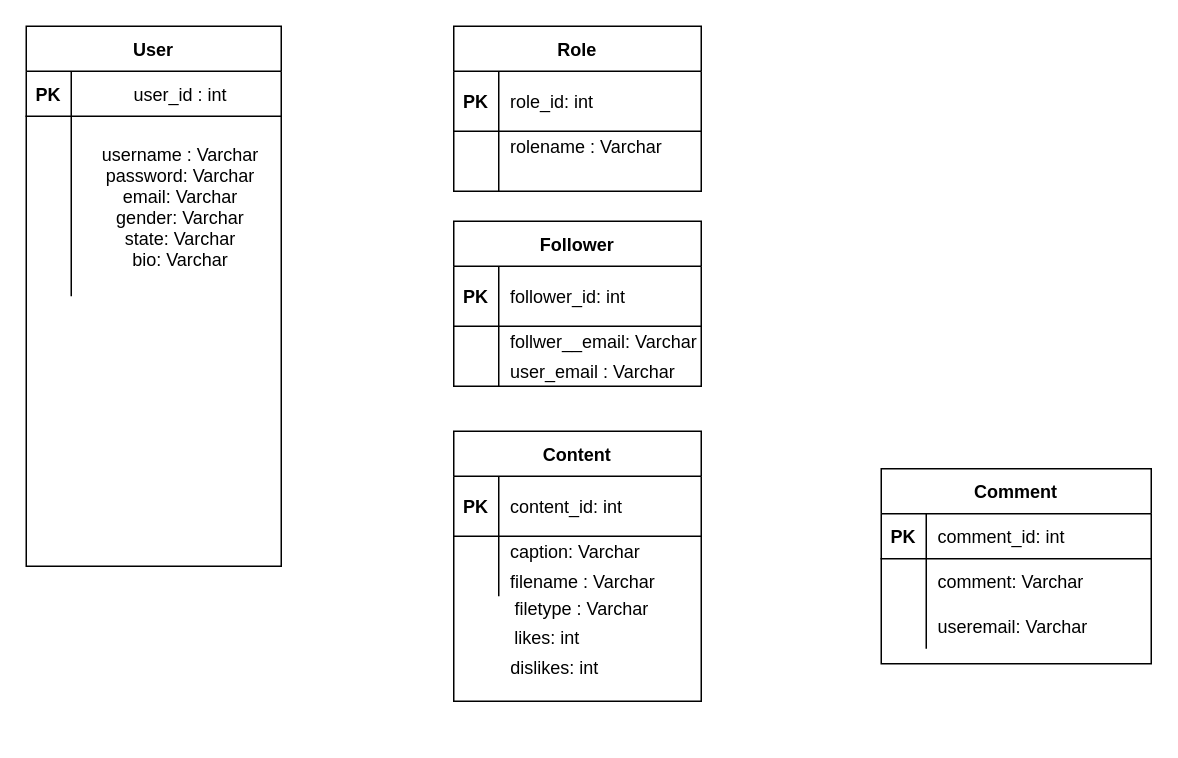
The draw.io diagram page "Page-1" (1 of 2) of pixogram/Untitled Diagram.drawio in PreronaB/Pixogram-Social-Media-App, before the edit. Source tidied: cells renumbered, new cells numbered last; positions are measured from the earlier drawing's top-left corner, leaving out a move shared by most shapes. Both pictures are drawn from the tidied source at 150%, with x=0, y=0 at pixel (26, 26).
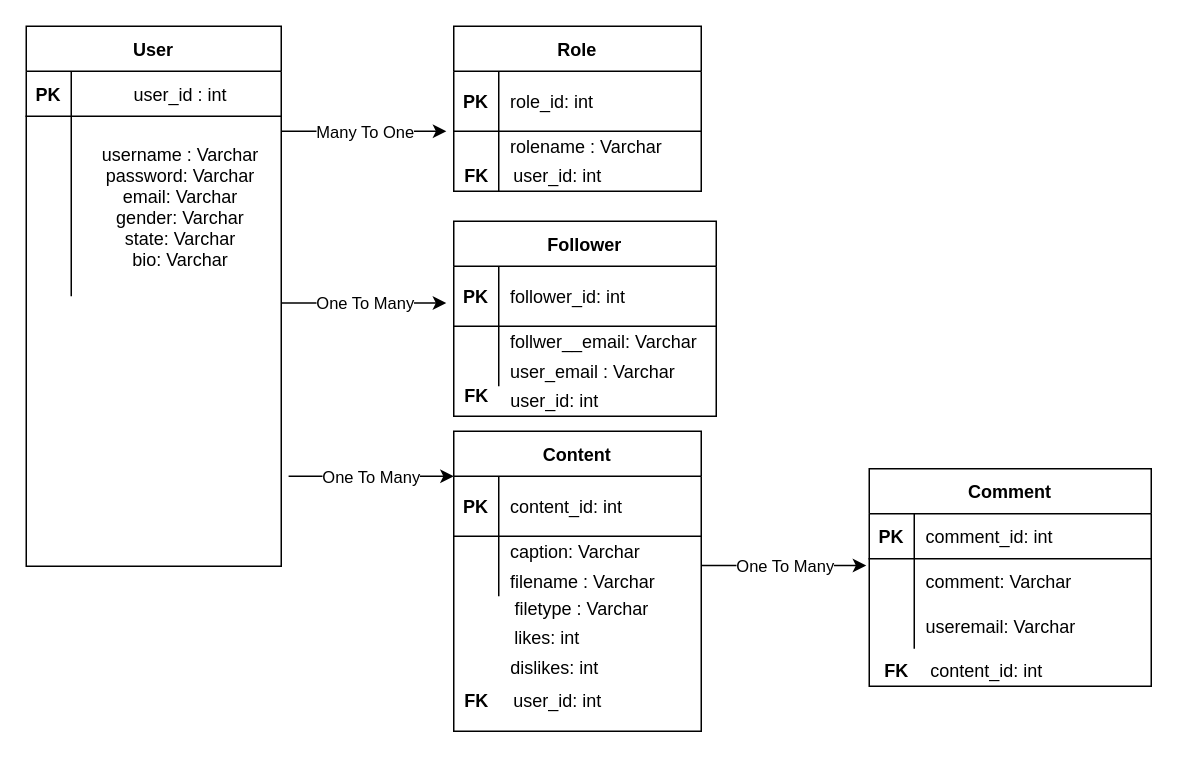
The same page after the edit.

Unchanged cells that the change refers to:
```xml
<mxCell id="6" style="shape=partialRectangle;fillColor=none;points=[[0,0.5],[1,0.5]];portConstraint=eastwest;top=0;left=0;right=0;bottom=0;" parent="2" vertex="1">
  <mxGeometry y="70" width="165" height="20" as="geometry" />
</mxCell>
```

What changed in the source:
```diff
@@
     <mxCell id="19" value="Follower" style="shape=table;startSize=30;childLayout=tableLayout;rowLines=0;fontStyle=1;align=center;" parent="1" vertex="1">
-      <mxGeometry x="285" y="130" width="165" height="110" as="geometry" />
+      <mxGeometry x="285" y="130" width="175" height="130" as="geometry" />
     </mxCell>
     <mxCell id="20" style="shape=partialRectangle;fillColor=none;top=0;left=0;right=0;bottom=1;" parent="19" vertex="1">
-      <mxGeometry y="30" width="165" height="40" as="geometry" />
+      <mxGeometry y="30" width="175" height="40" as="geometry" />
     </mxCell>
@@
     <mxCell id="22" value="follower_id: int" style="shape=partialRectangle;overflow=hidden;fillColor=none;top=0;left=0;bottom=0;right=0;align=left;spacingLeft=6;fontStyle=0;" parent="20" vertex="1">
-      <mxGeometry x="30" width="135" height="40" as="geometry" />
+      <mxGeometry x="30" width="145" height="40" as="geometry" />
     </mxCell>
     <mxCell id="23" style="shape=partialRectangle;fillColor=none;top=0;left=0;right=0;bottom=0;" parent="19" vertex="1">
-      <mxGeometry y="70" width="165" height="20" as="geometry" />
+      <mxGeometry y="70" width="175" height="20" as="geometry" />
     </mxCell>
@@
     <mxCell id="25" value="follwer__email: Varchar" style="shape=partialRectangle;overflow=hidden;fillColor=none;top=0;left=0;bottom=0;right=0;align=left;spacingLeft=6;" parent="23" vertex="1">
-      <mxGeometry x="30" width="135" height="20" as="geometry" />
+      <mxGeometry x="30" width="145" height="20" as="geometry" />
     </mxCell>
     <mxCell id="26" style="shape=partialRectangle;fillColor=none;top=0;left=0;right=0;bottom=0;" parent="19" vertex="1">
-      <mxGeometry y="90" width="165" height="20" as="geometry" />
+      <mxGeometry y="90" width="175" height="20" as="geometry" />
     </mxCell>
@@
     <mxCell id="28" value="user_email : Varchar" style="shape=partialRectangle;overflow=hidden;fillColor=none;top=0;left=0;bottom=0;right=0;align=left;spacingLeft=6;" parent="26" vertex="1">
-      <mxGeometry x="30" width="135" height="20" as="geometry" />
+      <mxGeometry x="30" width="145" height="20" as="geometry" />
     </mxCell>
     <mxCell id="29" value="Content" style="shape=table;startSize=30;childLayout=tableLayout;rowLines=0;fontStyle=1;align=center;" parent="1" vertex="1">
-      <mxGeometry x="285" y="270" width="165" height="180" as="geometry" />
+      <mxGeometry x="285" y="270" width="165" height="200" as="geometry" />
     </mxCell>
@@
     <mxCell id="39" value="Comment" style="shape=table;startSize=30;childLayout=tableLayout;rowLines=0;fontStyle=1;align=center;" parent="1" vertex="1">
-      <mxGeometry x="570" y="295" width="180" height="130" as="geometry" />
+      <mxGeometry x="562" y="295" width="188" height="145" as="geometry" />
     </mxCell>
     <mxCell id="40" style="shape=partialRectangle;fillColor=none;top=0;left=0;bottom=1;right=0;" parent="39" vertex="1">
-      <mxGeometry y="30" width="180" height="30" as="geometry" />
+      <mxGeometry y="30" width="188" height="30" as="geometry" />
     </mxCell>
@@
     <mxCell id="42" value="comment_id: int" style="shape=partialRectangle;fillColor=none;top=0;left=0;bottom=0;right=0;align=left;spacingLeft=6;fontStyle=0;overflow=hidden;" parent="40" vertex="1">
-      <mxGeometry x="30" width="150" height="30" as="geometry" />
+      <mxGeometry x="30" width="158" height="30" as="geometry" />
     </mxCell>
     <mxCell id="43" style="shape=partialRectangle;fillColor=none;top=0;left=0;bottom=0;right=0;" parent="39" vertex="1">
-      <mxGeometry y="60" width="180" height="30" as="geometry" />
+      <mxGeometry y="60" width="188" height="30" as="geometry" />
     </mxCell>
@@
     <mxCell id="45" value="comment: Varchar" style="shape=partialRectangle;fillColor=none;top=0;left=0;bottom=0;right=0;align=left;spacingLeft=6;overflow=hidden;" parent="43" vertex="1">
-      <mxGeometry x="30" width="150" height="30" as="geometry" />
+      <mxGeometry x="30" width="158" height="30" as="geometry" />
     </mxCell>
     <mxCell id="46" style="shape=partialRectangle;fillColor=none;top=0;left=0;bottom=0;right=0;" parent="39" vertex="1">
-      <mxGeometry y="90" width="180" height="30" as="geometry" />
+      <mxGeometry y="90" width="188" height="30" as="geometry" />
     </mxCell>
@@
     <mxCell id="48" value="useremail: Varchar" style="shape=partialRectangle;fillColor=none;top=0;left=0;bottom=0;right=0;align=left;spacingLeft=6;overflow=hidden;" parent="46" vertex="1">
-      <mxGeometry x="30" width="150" height="30" as="geometry" />
+      <mxGeometry x="30" width="158" height="30" as="geometry" />
     </mxCell>
@@
+    <mxCell id="55" style="endArrow=classic;html=1;entryX=-0.03;entryY=0;entryDx=0;entryDy=0;entryPerimeter=0;" parent="1" edge="1" target="6">
+      <mxGeometry relative="1" as="geometry">
+        <mxPoint x="170" y="70" as="sourcePoint" />
+        <Array as="points">
+          <mxPoint x="230" y="70" />
+        </Array>
+      </mxGeometry>
+    </mxCell>
+    <mxCell id="56" value="Many To One" style="edgeLabel;html=1;align=center;verticalAlign=middle;" parent="55" vertex="1">
+      <mxGeometry relative="1" as="geometry" />
+    </mxCell>
+    <mxCell id="57" style="endArrow=classic;html=1;entryX=-0.03;entryY=0;entryDx=0;entryDy=0;entryPerimeter=0;" parent="1" edge="1">
+      <mxGeometry relative="1" as="geometry">
+        <mxPoint x="170" y="184.5" as="sourcePoint" />
+        <mxPoint x="280" y="184.5" as="targetPoint" />
+        <Array as="points">
+          <mxPoint x="230" y="184.5" />
+        </Array>
+      </mxGeometry>
+    </mxCell>
+    <mxCell id="58" value="One To Many" style="edgeLabel;html=1;align=center;verticalAlign=middle;" parent="57" vertex="1">
+      <mxGeometry relative="1" as="geometry" />
+    </mxCell>
+    <mxCell id="59" style="endArrow=classic;html=1;entryX=-0.03;entryY=0;entryDx=0;entryDy=0;entryPerimeter=0;" parent="1" edge="1">
+      <mxGeometry relative="1" as="geometry">
+        <mxPoint x="174.9" y="300" as="sourcePoint" />
+        <mxPoint x="285" y="300" as="targetPoint" />
+        <Array as="points">
+          <mxPoint x="234.9" y="300" />
+        </Array>
+      </mxGeometry>
+    </mxCell>
+    <mxCell id="60" value="One To Many" style="edgeLabel;html=1;align=center;verticalAlign=middle;" parent="59" vertex="1">
+      <mxGeometry relative="1" as="geometry" />
+    </mxCell>
+    <mxCell id="61" style="endArrow=classic;html=1;entryX=-0.03;entryY=0;entryDx=0;entryDy=0;entryPerimeter=0;" parent="1" edge="1">
+      <mxGeometry relative="1" as="geometry">
+        <mxPoint x="450" y="359.5" as="sourcePoint" />
+        <mxPoint x="560" y="359.5" as="targetPoint" />
+        <Array as="points">
+          <mxPoint x="510" y="359.5" />
+        </Array>
+      </mxGeometry>
+    </mxCell>
+    <mxCell id="62" value="One To Many" style="edgeLabel;html=1;align=center;verticalAlign=middle;" parent="61" vertex="1">
+      <mxGeometry relative="1" as="geometry" />
+    </mxCell>
+    <mxCell id="63" value="content_id: int" style="text;html=1;align=center;verticalAlign=middle;" parent="1" vertex="1">
+      <mxGeometry x="595" y="420" width="90" height="20" as="geometry" />
+    </mxCell>
+    <mxCell id="64" value="&lt;b&gt;FK&lt;/b&gt;" style="text;html=1;align=center;verticalAlign=middle;" parent="1" vertex="1">
+      <mxGeometry x="565" y="420" width="30" height="20" as="geometry" />
+    </mxCell>
+    <mxCell id="65" value="user_id: int" style="text;html=1;align=center;verticalAlign=middle;" parent="1" vertex="1">
+      <mxGeometry x="319" y="440" width="70" height="20" as="geometry" />
+    </mxCell>
+    <mxCell id="66" value="&lt;b&gt;FK&lt;/b&gt;" style="text;html=1;align=center;verticalAlign=middle;" parent="1" vertex="1">
+      <mxGeometry x="285" y="440" width="30" height="20" as="geometry" />
+    </mxCell>
+    <mxCell id="67" value="&lt;b&gt;FK&lt;/b&gt;" style="text;html=1;align=center;verticalAlign=middle;" parent="1" vertex="1">
+      <mxGeometry x="285" y="237" width="30" height="20" as="geometry" />
+    </mxCell>
+    <mxCell id="68" value="user_id: int" style="text;html=1;align=center;verticalAlign=middle;" parent="1" vertex="1">
+      <mxGeometry x="317" y="240" width="70" height="20" as="geometry" />
+    </mxCell>
+    <mxCell id="69" value="user_id: int" style="text;html=1;align=center;verticalAlign=middle;" parent="1" vertex="1">
+      <mxGeometry x="319" y="90" width="70" height="20" as="geometry" />
+    </mxCell>
+    <mxCell id="70" value="&lt;b&gt;FK&lt;/b&gt;" style="text;html=1;align=center;verticalAlign=middle;" parent="1" vertex="1">
+      <mxGeometry x="285" y="90" width="30" height="20" as="geometry" />
+    </mxCell>
```
